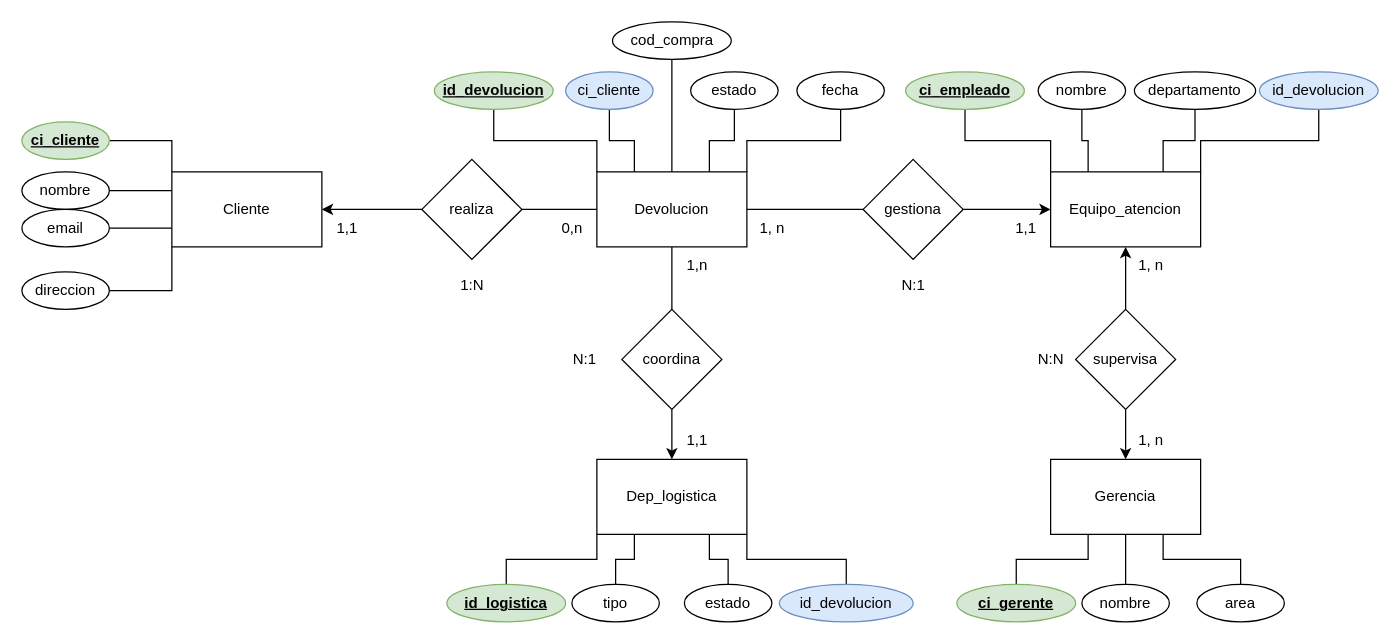
This is page "MER" (2 of 3) of automatizacion - ecommerce.drawio from AlbanyNVRodriguez/draw---diagrams, a draw.io file, before an edit. Source tidied: cells renumbered, new cells numbered last; positions are measured from the earlier drawing's top-left corner, leaving out a move shared by most shapes. Both pictures are drawn from the tidied source at 125%, with x=0, y=0 at pixel (21, 21).
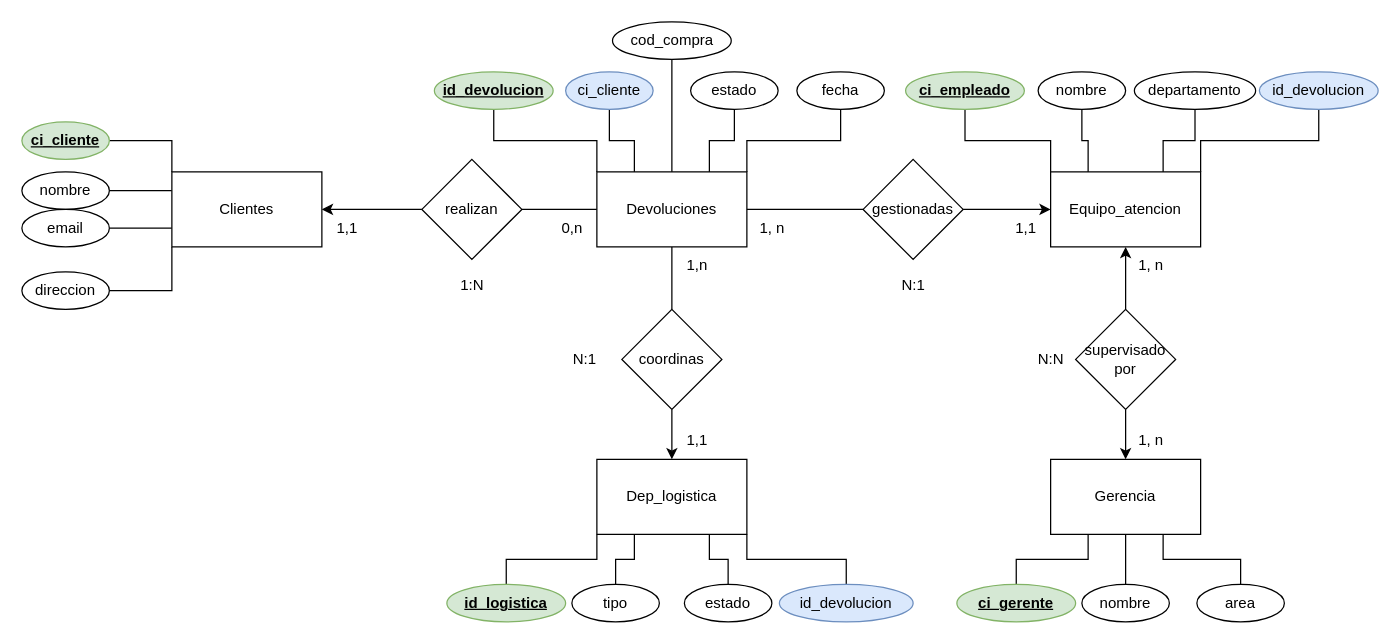
Above is the later version.

What changed in the source:
```diff
@@
-    <mxCell id="7" value="Cliente" style="rounded=0;whiteSpace=wrap;html=1;" parent="1" vertex="1">
+    <mxCell id="7" value="Clientes" style="rounded=0;whiteSpace=wrap;html=1;" parent="1" vertex="1">
       <mxGeometry x="120" y="120" width="120" height="60" as="geometry" />
     </mxCell>
@@
-    <mxCell id="9" value="realiza" style="rhombus;whiteSpace=wrap;html=1;" parent="1" vertex="1">
+    <mxCell id="9" value="realizan" style="rhombus;whiteSpace=wrap;html=1;" parent="1" vertex="1">
       <mxGeometry x="320" y="110" width="80" height="80" as="geometry" />
     </mxCell>
@@
-    <mxCell id="17" value="Devolucion" style="rounded=0;whiteSpace=wrap;html=1;" parent="1" vertex="1">
+    <mxCell id="17" value="Devoluciones" style="rounded=0;whiteSpace=wrap;html=1;" parent="1" vertex="1">
       <mxGeometry x="460" y="120" width="120" height="60" as="geometry" />
     </mxCell>
@@
-    <mxCell id="25" value="gestiona" style="rhombus;whiteSpace=wrap;html=1;" parent="1" vertex="1">
+    <mxCell id="25" value="gestionadas" style="rhombus;whiteSpace=wrap;html=1;" parent="1" vertex="1">
       <mxGeometry x="673" y="110" width="80" height="80" as="geometry" />
     </mxCell>
@@
-    <mxCell id="27" value="coordina" style="rhombus;whiteSpace=wrap;html=1;" parent="1" vertex="1">
+    <mxCell id="27" value="&lt;div&gt;coordinas&lt;/div&gt;" style="rhombus;whiteSpace=wrap;html=1;" parent="1" vertex="1">
       <mxGeometry x="480" y="230" width="80" height="80" as="geometry" />
     </mxCell>
@@
-    <mxCell id="34" value="supervisa" style="rhombus;whiteSpace=wrap;html=1;" parent="1" vertex="1">
+    <mxCell id="34" value="supervisado&lt;div&gt;por&lt;/div&gt;" style="rhombus;whiteSpace=wrap;html=1;" parent="1" vertex="1">
       <mxGeometry x="843" y="230" width="80" height="80" as="geometry" />
     </mxCell>
```
